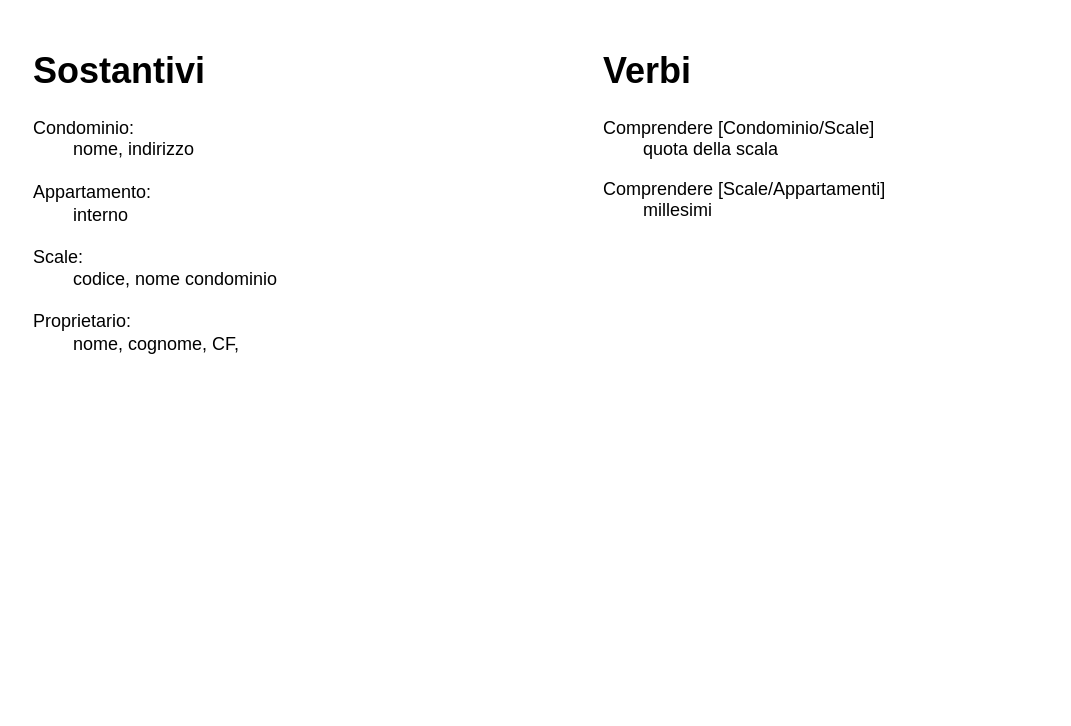
Above: page "Analisi" (1 of 2) of II_Anno/BD/Laboratorio/Pasquale/amministratore condominio/amministratore condominiale.drawio in GiuseppePastena23/UNISA (draw.io), before the change. Source tidied: cells renumbered, new cells numbered last; positions are measured from the earlier drawing's top-left corner, leaving out a move shared by most shapes. Both pictures are drawn from the tidied source at 150%, with x=0, y=0 at pixel (26, 40).
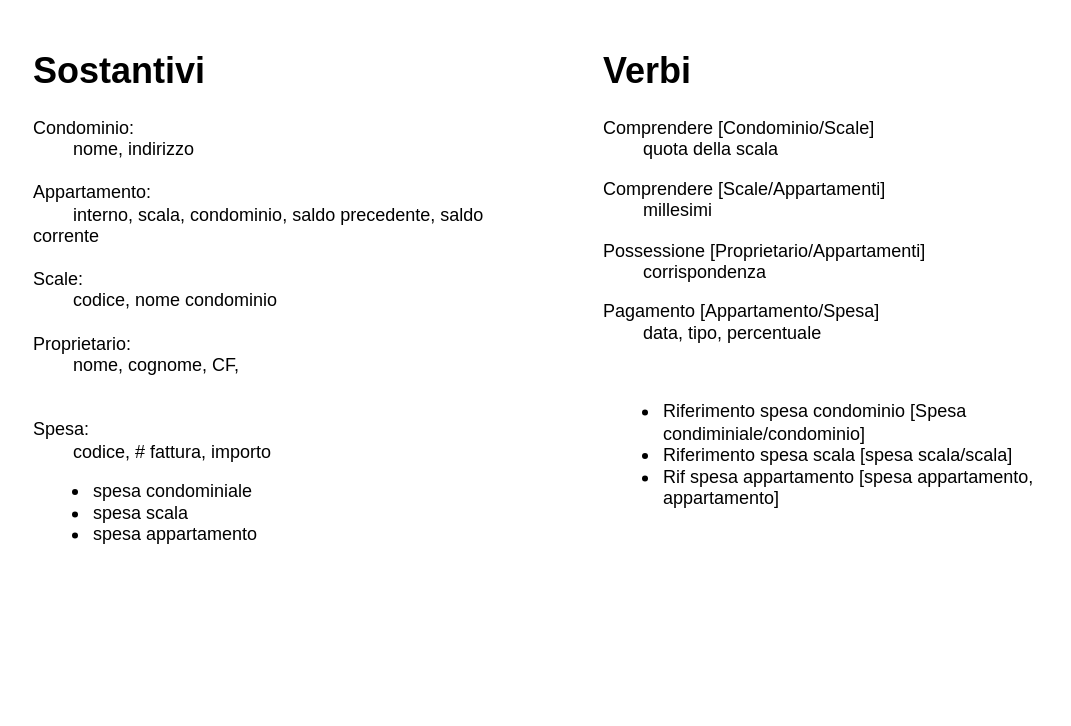
The same diagram, later.

What changed in the source:
```diff
@@
 <mxGraphModel>
   <root>
     <mxCell id="0" />
     <mxCell id="1" parent="0" />
-    <mxCell id="2" value="&lt;h1&gt;&lt;span style=&quot;background-color: initial;&quot;&gt;Sostantivi&lt;/span&gt;&lt;/h1&gt;&lt;div&gt;Condominio:&lt;/div&gt;&lt;div&gt;&lt;span style=&quot;white-space: pre;&quot;&gt;&#9;&lt;/span&gt;nome, indirizzo&lt;br&gt;&lt;/div&gt;&lt;div&gt;&lt;br&gt;&lt;/div&gt;&lt;div&gt;Appartamento:&lt;/div&gt;&lt;div&gt;&lt;span style=&quot;white-space: pre;&quot;&gt;&#9;&lt;/span&gt;interno&lt;br&gt;&lt;/div&gt;&lt;div&gt;&lt;span style=&quot;white-space: pre;&quot;&gt;&#9;&lt;/span&gt;&lt;br&gt;&lt;/div&gt;&lt;div&gt;Scale:&lt;/div&gt;&lt;div&gt;&lt;span style=&quot;white-space: pre;&quot;&gt;&#9;&lt;/span&gt;codice, nome condominio&lt;br&gt;&lt;/div&gt;&lt;div&gt;&lt;br&gt;&lt;/div&gt;&lt;div&gt;Proprietario:&lt;/div&gt;&lt;div&gt;&lt;span style=&quot;white-space: pre;&quot;&gt;&#9;&lt;/span&gt;nome, cognome, CF,&amp;nbsp;&lt;br&gt;&lt;/div&gt;" style="text;html=1;strokeColor=none;fillColor=none;spacing=5;spacingTop=-20;whiteSpace=wrap;overflow=hidden;rounded=0;" parent="1" vertex="1">
-      <mxGeometry width="310" height="300" as="geometry" />
+    <mxCell id="2" value="&lt;h1&gt;&lt;span style=&quot;background-color: initial;&quot;&gt;Sostantivi&lt;/span&gt;&lt;/h1&gt;&lt;div&gt;Condominio:&lt;/div&gt;&lt;div&gt;&lt;span style=&quot;white-space: pre;&quot;&gt;&#9;&lt;/span&gt;nome, indirizzo&lt;br&gt;&lt;/div&gt;&lt;div&gt;&lt;br&gt;&lt;/div&gt;&lt;div&gt;Appartamento:&lt;/div&gt;&lt;div&gt;&lt;span style=&quot;white-space: pre;&quot;&gt;&#9;&lt;/span&gt;interno, scala, condominio, saldo precedente, saldo corrente&lt;br&gt;&lt;/div&gt;&lt;div&gt;&lt;span style=&quot;white-space: pre;&quot;&gt;&#9;&lt;/span&gt;&lt;br&gt;&lt;/div&gt;&lt;div&gt;Scale:&lt;/div&gt;&lt;div&gt;&lt;span style=&quot;white-space: pre;&quot;&gt;&#9;&lt;/span&gt;codice, nome condominio&lt;br&gt;&lt;/div&gt;&lt;div&gt;&lt;br&gt;&lt;/div&gt;&lt;div&gt;Proprietario:&lt;/div&gt;&lt;div&gt;&lt;span style=&quot;white-space: pre;&quot;&gt;&#9;&lt;/span&gt;nome, cognome, CF,&amp;nbsp;&lt;br&gt;&lt;/div&gt;&lt;div&gt;&lt;br&gt;&lt;/div&gt;&lt;div&gt;&lt;br&gt;&lt;/div&gt;&lt;div&gt;Spesa:&lt;br&gt;&lt;span style=&quot;white-space: pre;&quot;&gt;&#9;&lt;/span&gt;codice, # fattura, importo&lt;br&gt;&lt;ul&gt;&lt;li&gt;spesa condominiale&lt;/li&gt;&lt;li&gt;spesa scala&lt;/li&gt;&lt;li&gt;spesa appartamento&lt;/li&gt;&lt;/ul&gt;&lt;div&gt;&lt;br&gt;&lt;/div&gt;&lt;/div&gt;&lt;div&gt;&lt;br&gt;&lt;/div&gt;" style="text;html=1;strokeColor=none;fillColor=none;spacing=5;spacingTop=-20;whiteSpace=wrap;overflow=hidden;rounded=0;" parent="1" vertex="1">
+      <mxGeometry width="310" height="440" as="geometry" />
     </mxCell>
-    <mxCell id="3" value="&lt;h1&gt;Verbi&lt;/h1&gt;&lt;p&gt;Comprendere [Condominio/Scale]&lt;br&gt;&lt;span style=&quot;background-color: initial;&quot;&gt;&lt;span style=&quot;white-space: pre;&quot;&gt;&#9;&lt;/span&gt;quota della scala&lt;/span&gt;&lt;/p&gt;&lt;p&gt;Comprendere [Scale/Appartamenti]&lt;br&gt;&lt;span style=&quot;white-space: pre;&quot;&gt;&#9;&lt;/span&gt;millesimi&lt;br&gt;&lt;/p&gt;" style="text;html=1;strokeColor=none;fillColor=none;spacing=5;spacingTop=-20;whiteSpace=wrap;overflow=hidden;rounded=0;" parent="1" vertex="1">
-      <mxGeometry x="380" width="300" height="210" as="geometry" />
+    <mxCell id="3" value="&lt;h1&gt;Verbi&lt;/h1&gt;&lt;p&gt;Comprendere [Condominio/Scale]&lt;br&gt;&lt;span style=&quot;background-color: initial;&quot;&gt;&lt;span style=&quot;white-space: pre;&quot;&gt;&#9;&lt;/span&gt;quota della scala&lt;/span&gt;&lt;/p&gt;&lt;p&gt;Comprendere [Scale/Appartamenti]&lt;br&gt;&lt;span style=&quot;white-space: pre;&quot;&gt;&#9;&lt;/span&gt;millesimi&lt;br&gt;&lt;/p&gt;&lt;p&gt;Possessione [Proprietario/Appartamenti]&lt;br&gt;&lt;span style=&quot;white-space: pre;&quot;&gt;&#9;&lt;/span&gt;corrispondenza&lt;br&gt;&lt;/p&gt;&lt;p&gt;Pagamento [Appartamento/Spesa]&lt;br&gt;&lt;span style=&quot;white-space: pre;&quot;&gt;&#9;&lt;/span&gt;data, tipo, percentuale&lt;br&gt;&lt;/p&gt;&lt;p&gt;&lt;br&gt;&lt;/p&gt;&lt;p&gt;&lt;/p&gt;&lt;ul&gt;&lt;li&gt;Riferimento spesa condominio [Spesa condiminiale/condominio]&lt;/li&gt;&lt;li&gt;Riferimento spesa scala [spesa scala/scala]&lt;/li&gt;&lt;li&gt;Rif spesa appartamento [spesa appartamento, appartamento]&lt;/li&gt;&lt;/ul&gt;&lt;p&gt;&lt;/p&gt;" style="text;html=1;strokeColor=none;fillColor=none;spacing=5;spacingTop=-20;whiteSpace=wrap;overflow=hidden;rounded=0;" parent="1" vertex="1">
+      <mxGeometry x="380" width="300" height="360" as="geometry" />
     </mxCell>
   </root>
 </mxGraphModel>
```
